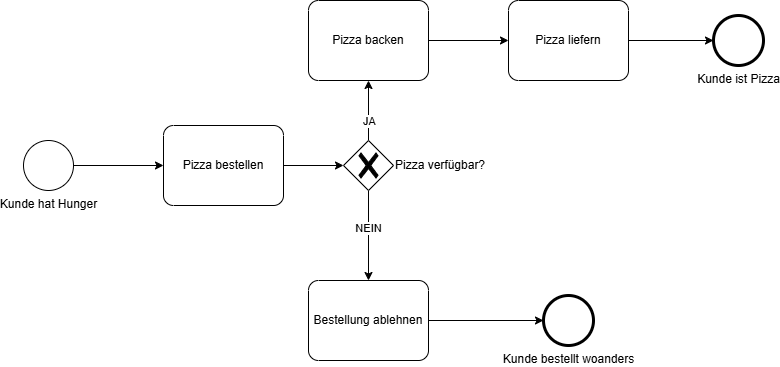
This is slides/content/slides/Informatik/Business-Process-Modelling/assets/bpmn-example-order-pizza.drawio.png from HTL-Wolfsberg-Betriebsinformatik/skript, a draw.io export, as it was before one commit. Source tidied: cells renumbered, new cells last; positions are measured from the earlier drawing's top-left corner, leaving out a move shared by most shapes.
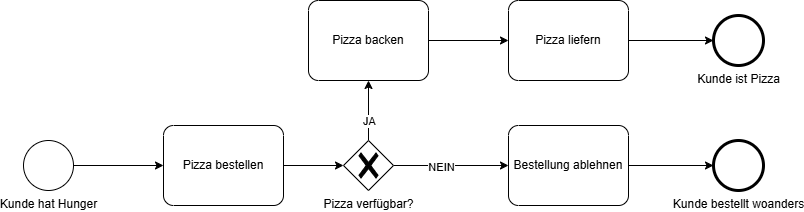
After the change.

Diff of the diagram source:
```diff
@@ -34,7 +34,7 @@
     <mxCell id="11" value="NEIN" style="edgeLabel;html=1;align=center;verticalAlign=middle;" parent="10" vertex="1">
       <mxGeometry x="-0.18" y="-1" relative="1" as="geometry" />
     </mxCell>
-    <mxCell id="12" value="Pizza verfügbar?" style="points=[[0.25,0.25,0],[0.5,0,0],[0.75,0.25,0],[1,0.5,0],[0.75,0.75,0],[0.5,1,0],[0.25,0.75,0],[0,0.5,0]];shape=mxgraph.bpmn.gateway2;html=1;verticalLabelPosition=middle;labelBackgroundColor=#ffffff;verticalAlign=middle;align=left;perimeter=rhombusPerimeter;outlineConnect=0;outline=none;symbol=none;gwType=exclusive;labelPosition=right;" parent="1" vertex="1">
+    <mxCell id="12" value="Pizza verfügbar?" style="points=[[0.25,0.25,0],[0.5,0,0],[0.75,0.25,0],[1,0.5,0],[0.75,0.75,0],[0.5,1,0],[0.25,0.75,0],[0,0.5,0]];shape=mxgraph.bpmn.gateway2;html=1;verticalLabelPosition=bottom;labelBackgroundColor=#ffffff;verticalAlign=top;align=center;perimeter=rhombusPerimeter;outlineConnect=0;outline=none;symbol=none;gwType=exclusive;labelPosition=center;" parent="1" vertex="1">
       <mxGeometry x="320" y="140" width="50" height="50" as="geometry" />
     </mxCell>
     <mxCell id="13" style="edgeStyle=none;html=1;" parent="1" edge="1" source="14" target="17">
@@ -47,13 +47,13 @@
       <mxGeometry relative="1" as="geometry" />
     </mxCell>
     <mxCell id="16" value="Bestellung ablehnen" style="points=[[0.25,0,0],[0.5,0,0],[0.75,0,0],[1,0.25,0],[1,0.5,0],[1,0.75,0],[0.75,1,0],[0.5,1,0],[0.25,1,0],[0,0.75,0],[0,0.5,0],[0,0.25,0]];shape=mxgraph.bpmn.task;whiteSpace=wrap;rectStyle=rounded;size=10;html=1;taskMarker=abstract;" parent="1" vertex="1">
-      <mxGeometry x="285" y="280" width="120" height="80" as="geometry" />
+      <mxGeometry x="485" y="125" width="120" height="80" as="geometry" />
     </mxCell>
     <mxCell id="17" value="Pizza liefern" style="points=[[0.25,0,0],[0.5,0,0],[0.75,0,0],[1,0.25,0],[1,0.5,0],[1,0.75,0],[0.75,1,0],[0.5,1,0],[0.25,1,0],[0,0.75,0],[0,0.5,0],[0,0.25,0]];shape=mxgraph.bpmn.task;whiteSpace=wrap;rectStyle=rounded;size=10;html=1;taskMarker=abstract;" parent="1" vertex="1">
       <mxGeometry x="485" width="120" height="80" as="geometry" />
     </mxCell>
     <mxCell id="18" value="Kunde bestellt woanders" style="points=[[0.145,0.145,0],[0.5,0,0],[0.855,0.145,0],[1,0.5,0],[0.855,0.855,0],[0.5,1,0],[0.145,0.855,0],[0,0.5,0]];shape=mxgraph.bpmn.event;html=1;verticalLabelPosition=bottom;labelBackgroundColor=#ffffff;verticalAlign=top;align=center;perimeter=ellipsePerimeter;outlineConnect=0;outline=end;symbol=terminate2;" parent="1" vertex="1">
-      <mxGeometry x="520" y="295" width="50" height="50" as="geometry" />
+      <mxGeometry x="690" y="140" width="50" height="50" as="geometry" />
     </mxCell>
   </root>
 </mxGraphModel>
```
